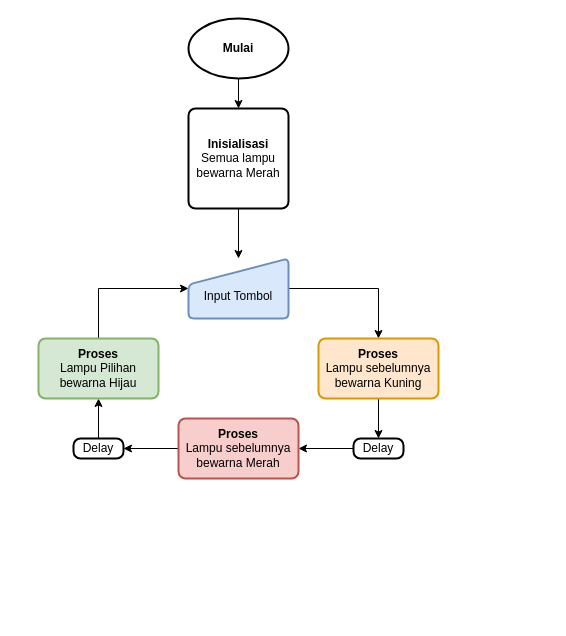
This is Semester 2/Komunikasi Data/flowchart project.drawio from Hidayadie/Alprog, a draw.io file, before an edit. Source tidied: cells renumbered, new cells numbered last; positions are measured from the earlier drawing's top-left corner, leaving out a move shared by most shapes. Both pictures are drawn from the tidied source at 100%, with x=0, y=0 at pixel (38, 18).
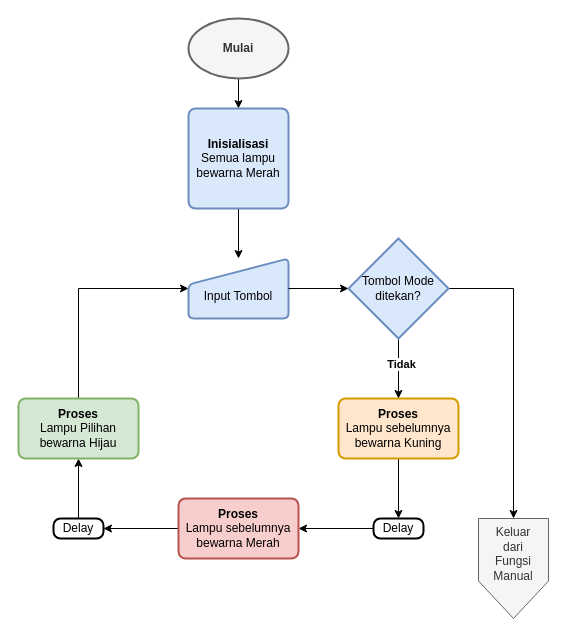
Above is the later version.

The change refers to these unchanged cells:
```xml
<mxCell id="7" value="&lt;br&gt;Input Tombol" style="html=1;strokeWidth=2;shape=manualInput;whiteSpace=wrap;rounded=1;size=26;arcSize=11;fillColor=#dae8fc;strokeColor=#6c8ebf;" parent="1" vertex="1">
  <mxGeometry x="150" y="240" width="100" height="60" as="geometry" />
</mxCell>
```

What changed in the source:
```diff
@@
-    <mxCell id="3" value="&lt;b&gt;Mulai&lt;/b&gt;" style="strokeWidth=2;html=1;shape=mxgraph.flowchart.start_1;whiteSpace=wrap;" parent="1" vertex="1">
+    <mxCell id="3" value="&lt;b&gt;Mulai&lt;/b&gt;" style="strokeWidth=2;html=1;shape=mxgraph.flowchart.start_1;whiteSpace=wrap;fillColor=#f5f5f5;fontColor=#333333;strokeColor=#666666;" parent="1" vertex="1">
       <mxGeometry x="150" width="100" height="60" as="geometry" />
     </mxCell>
@@
-    <mxCell id="5" value="&lt;b&gt;Inisialisasi&lt;/b&gt;&lt;br&gt;Semua lampu bewarna Merah" style="rounded=1;whiteSpace=wrap;html=1;absoluteArcSize=1;arcSize=14;strokeWidth=2;" parent="1" vertex="1">
+    <mxCell id="5" value="&lt;b&gt;Inisialisasi&lt;/b&gt;&lt;br&gt;Semua lampu bewarna Merah" style="rounded=1;whiteSpace=wrap;html=1;absoluteArcSize=1;arcSize=14;strokeWidth=2;fillColor=#dae8fc;strokeColor=#6c8ebf;" parent="1" vertex="1">
       <mxGeometry x="150" y="90" width="100" height="100" as="geometry" />
     </mxCell>
-    <mxCell id="6" style="edgeStyle=orthogonalEdgeStyle;rounded=0;jettySize=auto;html=1;exitX=1;exitY=0.5;exitDx=0;exitDy=0;entryX=0.5;entryY=0;entryDx=0;entryDy=0;" parent="1" edge="1" source="7" target="9">
-      <mxGeometry relative="1" as="geometry" />
-    </mxCell>
@@
     <mxCell id="9" value="&lt;b&gt;Proses&lt;/b&gt;&lt;br&gt;Lampu sebelumnya bewarna Kuning" style="rounded=1;whiteSpace=wrap;html=1;absoluteArcSize=1;arcSize=14;strokeWidth=2;fillColor=#ffe6cc;strokeColor=#d79b00;" parent="1" vertex="1">
-      <mxGeometry x="280" y="320" width="120" height="60" as="geometry" />
+      <mxGeometry x="300" y="380" width="120" height="60" as="geometry" />
     </mxCell>
@@
     <mxCell id="11" value="Delay" style="rounded=1;whiteSpace=wrap;html=1;absoluteArcSize=1;arcSize=14;strokeWidth=2;" parent="1" vertex="1">
-      <mxGeometry x="315" y="420" width="50" height="20" as="geometry" />
+      <mxGeometry x="335" y="500" width="50" height="20" as="geometry" />
     </mxCell>
@@
     <mxCell id="13" value="&lt;b&gt;Proses&lt;/b&gt;&lt;br&gt;Lampu sebelumnya bewarna Merah" style="rounded=1;whiteSpace=wrap;html=1;absoluteArcSize=1;arcSize=14;strokeWidth=2;fillColor=#f8cecc;strokeColor=#b85450;" parent="1" vertex="1">
-      <mxGeometry x="140" y="400" width="120" height="60" as="geometry" />
+      <mxGeometry x="140" y="480" width="120" height="60" as="geometry" />
     </mxCell>
@@
     <mxCell id="15" value="Delay" style="rounded=1;whiteSpace=wrap;html=1;absoluteArcSize=1;arcSize=14;strokeWidth=2;" parent="1" vertex="1">
-      <mxGeometry x="35" y="420" width="50" height="20" as="geometry" />
+      <mxGeometry x="15" y="500" width="50" height="20" as="geometry" />
     </mxCell>
@@
     <mxCell id="17" value="&lt;b&gt;Proses&lt;/b&gt;&lt;br&gt;Lampu Pilihan bewarna Hijau" style="rounded=1;whiteSpace=wrap;html=1;absoluteArcSize=1;arcSize=14;strokeWidth=2;fillColor=#d5e8d4;strokeColor=#82b366;" parent="1" vertex="1">
-      <mxGeometry y="320" width="120" height="60" as="geometry" />
+      <mxGeometry x="-20" y="380" width="120" height="60" as="geometry" />
     </mxCell>
+    <mxCell id="18" style="edgeStyle=orthogonalEdgeStyle;rounded=0;jettySize=auto;html=1;exitX=0.5;exitY=1;exitDx=0;exitDy=0;exitPerimeter=0;entryX=0.5;entryY=0;entryDx=0;entryDy=0;" parent="1" edge="1" source="21" target="9">
+      <mxGeometry relative="1" as="geometry" />
+    </mxCell>
+    <mxCell id="19" value="&lt;b&gt;Tidak&lt;/b&gt;" style="edgeLabel;html=1;align=center;verticalAlign=middle;" parent="18" vertex="1">
+      <mxGeometry x="-0.17" y="2" relative="1" as="geometry" />
+    </mxCell>
+    <mxCell id="20" style="edgeStyle=orthogonalEdgeStyle;rounded=0;jettySize=auto;html=1;exitX=1;exitY=0.5;exitDx=0;exitDy=0;exitPerimeter=0;entryX=0.5;entryY=0;entryDx=0;entryDy=0;" parent="1" edge="1" source="21" target="23">
+      <mxGeometry relative="1" as="geometry" />
+    </mxCell>
+    <mxCell id="21" value="Tombol Mode ditekan?" style="strokeWidth=2;html=1;shape=mxgraph.flowchart.decision;whiteSpace=wrap;fillColor=#dae8fc;strokeColor=#6c8ebf;" parent="1" vertex="1">
+      <mxGeometry x="310" y="220" width="100" height="100" as="geometry" />
+    </mxCell>
+    <mxCell id="22" style="edgeStyle=orthogonalEdgeStyle;rounded=0;jettySize=auto;html=1;exitX=1;exitY=0.5;exitDx=0;exitDy=0;entryX=0;entryY=0.5;entryDx=0;entryDy=0;entryPerimeter=0;" parent="1" edge="1" source="7" target="21">
+      <mxGeometry relative="1" as="geometry" />
+    </mxCell>
+    <mxCell id="23" value="Keluar&lt;br&gt;dari&lt;br&gt;Fungsi Manual&lt;br&gt;&lt;div&gt;&lt;br&gt;&lt;/div&gt;&lt;div&gt;&lt;br&gt;&lt;/div&gt;" style="shape=offPageConnector;whiteSpace=wrap;html=1;fillColor=#f5f5f5;fontColor=#333333;strokeColor=#666666;" parent="1" vertex="1">
+      <mxGeometry x="440" y="500" width="70" height="100" as="geometry" />
+    </mxCell>
```
